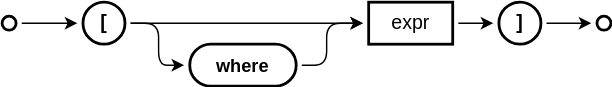
Earlier version of the draw.io export cds/assets/cxl/infix-filter.drawio.svg (capire/docs). Source tidied: cells renumbered, new cells last; positions are measured from the earlier drawing's top-left corner, leaving out a move shared by most shapes.
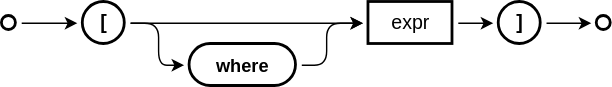
The same file after the commit.

Diff of the diagram source:
```diff
@@ -2,44 +2,44 @@
   <root>
     <mxCell id="0" />
     <mxCell id="1" parent="0" />
-    <mxCell id="2" style="ellipse;whiteSpace=wrap;html=1;rounded=1;strokeColor=default;strokeWidth=2;align=center;verticalAlign=middle;fontFamily=Helvetica;fontSize=11;fontColor=default;labelBackgroundColor=default;fillColor=default;perimeterSpacing=4;" parent="1" vertex="1">
+    <mxCell id="2" style="ellipse;whiteSpace=wrap;html=1;rounded=1;strokeColor=#000000;strokeWidth=2;align=center;verticalAlign=middle;fontFamily=Helvetica;fontSize=11;fontColor=#000000;labelBackgroundColor=none;fillColor=#FFFFFF;perimeterSpacing=4;" parent="1" vertex="1">
       <mxGeometry y="10" width="10" height="10" as="geometry" />
     </mxCell>
-    <mxCell id="3" style="ellipse;whiteSpace=wrap;html=1;rounded=1;strokeColor=default;strokeWidth=2;align=center;verticalAlign=middle;fontFamily=Helvetica;fontSize=11;fontColor=default;labelBackgroundColor=default;fillColor=default;perimeterSpacing=4;" parent="1" vertex="1">
+    <mxCell id="3" style="ellipse;whiteSpace=wrap;html=1;rounded=1;strokeColor=#000000;strokeWidth=2;align=center;verticalAlign=middle;fontFamily=Helvetica;fontSize=11;fontColor=#000000;labelBackgroundColor=none;fillColor=#FFFFFF;perimeterSpacing=4;" parent="1" vertex="1">
       <mxGeometry x="424.8" y="10" width="10" height="10" as="geometry" />
     </mxCell>
-    <mxCell id="4" style="edgeStyle=orthogonalEdgeStyle;rounded=0;jettySize=auto;html=1;" parent="1" edge="1" source="5" target="8">
+    <mxCell id="4" style="edgeStyle=orthogonalEdgeStyle;rounded=0;jettySize=auto;html=1;labelBackgroundColor=none;fontColor=#000000;strokeColor=#000000;" parent="1" edge="1" source="5" target="8">
       <mxGeometry relative="1" as="geometry" />
     </mxCell>
-    <mxCell id="5" value="&lt;b&gt;[&lt;/b&gt;" style="rounded=1;whiteSpace=wrap;html=1;strokeWidth=2;arcSize=50;fontSize=14;perimeterSpacing=4;" parent="1" vertex="1">
+    <mxCell id="5" value="&lt;b&gt;[&lt;/b&gt;" style="rounded=1;whiteSpace=wrap;html=1;strokeWidth=2;arcSize=50;fontSize=14;perimeterSpacing=4;fillColor=#FFFFFF;labelBackgroundColor=none;fontColor=#000000;strokeColor=#000000;" parent="1" vertex="1">
       <mxGeometry x="57.8" width="30" height="30" as="geometry" />
     </mxCell>
-    <mxCell id="6" value="&lt;b&gt;]&lt;/b&gt;" style="rounded=1;whiteSpace=wrap;html=1;strokeWidth=2;arcSize=50;fontSize=14;perimeterSpacing=4;" parent="1" vertex="1">
+    <mxCell id="6" value="&lt;b&gt;]&lt;/b&gt;" style="rounded=1;whiteSpace=wrap;html=1;strokeWidth=2;arcSize=50;fontSize=14;perimeterSpacing=4;fillColor=#FFFFFF;labelBackgroundColor=none;fontColor=#000000;strokeColor=#000000;" parent="1" vertex="1">
       <mxGeometry x="354.8" width="30" height="30" as="geometry" />
     </mxCell>
-    <mxCell id="7" style="edgeStyle=orthogonalEdgeStyle;rounded=0;jettySize=auto;html=1;" parent="1" edge="1" source="8" target="6">
+    <mxCell id="7" style="edgeStyle=orthogonalEdgeStyle;rounded=0;jettySize=auto;html=1;labelBackgroundColor=none;fontColor=#000000;strokeColor=#000000;" parent="1" edge="1" source="8" target="6">
       <mxGeometry relative="1" as="geometry" />
     </mxCell>
-    <mxCell id="8" value="expr" style="rounded=1;whiteSpace=wrap;html=1;strokeWidth=2;arcSize=0;fontSize=14;perimeterSpacing=4;" parent="1" vertex="1">
+    <mxCell id="8" value="expr" style="rounded=1;whiteSpace=wrap;html=1;strokeWidth=2;arcSize=0;fontSize=14;perimeterSpacing=4;fillColor=#FFFFFF;labelBackgroundColor=none;fontColor=#000000;strokeColor=#000000;" parent="1" vertex="1">
       <mxGeometry x="261.8" width="60" height="30" as="geometry" />
     </mxCell>
-    <mxCell id="9" style="edgeStyle=elbowEdgeStyle;rounded=1;jettySize=auto;html=1;entryX=0;entryY=0.5;entryDx=0;entryDy=0;arcSize=20;elbow=vertical;" parent="1" edge="1" source="6" target="3">
+    <mxCell id="9" style="edgeStyle=elbowEdgeStyle;rounded=1;jettySize=auto;html=1;entryX=0;entryY=0.5;entryDx=0;entryDy=0;arcSize=20;elbow=vertical;labelBackgroundColor=none;fontColor=#000000;strokeColor=#000000;" parent="1" edge="1" source="6" target="3">
       <mxGeometry relative="1" as="geometry" />
     </mxCell>
-    <mxCell id="10" style="edgeStyle=orthogonalEdgeStyle;rounded=0;jettySize=auto;html=1;exitX=1;exitY=0.5;exitDx=0;exitDy=0;" parent="1" edge="1" source="2" target="5">
+    <mxCell id="10" style="edgeStyle=orthogonalEdgeStyle;rounded=0;jettySize=auto;html=1;exitX=1;exitY=0.5;exitDx=0;exitDy=0;labelBackgroundColor=none;fontColor=#000000;strokeColor=#000000;" parent="1" edge="1" source="2" target="5">
       <mxGeometry relative="1" as="geometry" />
     </mxCell>
-    <mxCell id="11" value="&lt;b&gt;&lt;font style=&quot;font-size: 13px;&quot;&gt;where&lt;/font&gt;&lt;/b&gt;" style="rounded=1;whiteSpace=wrap;html=1;strokeWidth=2;arcSize=50;fontSize=14;perimeterSpacing=4;" parent="1" vertex="1">
+    <mxCell id="11" value="&lt;b&gt;&lt;font style=&quot;font-size: 13px;&quot;&gt;where&lt;/font&gt;&lt;/b&gt;" style="rounded=1;whiteSpace=wrap;html=1;strokeWidth=2;arcSize=50;fontSize=14;perimeterSpacing=4;fillColor=#FFFFFF;labelBackgroundColor=none;fontColor=#000000;strokeColor=#000000;" parent="1" vertex="1">
       <mxGeometry x="134" y="30" width="76" height="30" as="geometry" />
     </mxCell>
-    <mxCell id="12" style="edgeStyle=elbowEdgeStyle;rounded=1;jettySize=auto;html=1;curved=0;arcSize=20;exitX=1;exitY=0.5;exitDx=0;exitDy=0;entryX=0;entryY=0.5;entryDx=0;entryDy=0;" parent="1" edge="1" source="5" target="11">
+    <mxCell id="12" style="edgeStyle=elbowEdgeStyle;rounded=1;jettySize=auto;html=1;curved=0;arcSize=20;exitX=1;exitY=0.5;exitDx=0;exitDy=0;entryX=0;entryY=0.5;entryDx=0;entryDy=0;labelBackgroundColor=none;fontColor=#000000;strokeColor=#000000;" parent="1" edge="1" source="5" target="11">
       <mxGeometry relative="1" as="geometry">
         <Array as="points">
           <mxPoint x="111.8" y="40" />
         </Array>
       </mxGeometry>
     </mxCell>
-    <mxCell id="13" style="edgeStyle=elbowEdgeStyle;rounded=1;jettySize=auto;html=1;curved=0;arcSize=20;exitX=1;exitY=0.5;exitDx=0;exitDy=0;" parent="1" edge="1" source="11" target="8">
+    <mxCell id="13" style="edgeStyle=elbowEdgeStyle;rounded=1;jettySize=auto;html=1;curved=0;arcSize=20;exitX=1;exitY=0.5;exitDx=0;exitDy=0;labelBackgroundColor=none;fontColor=#000000;strokeColor=#000000;" parent="1" edge="1" source="11" target="8">
       <mxGeometry relative="1" as="geometry">
         <Array as="points">
           <mxPoint x="231.8" y="40" />
```
